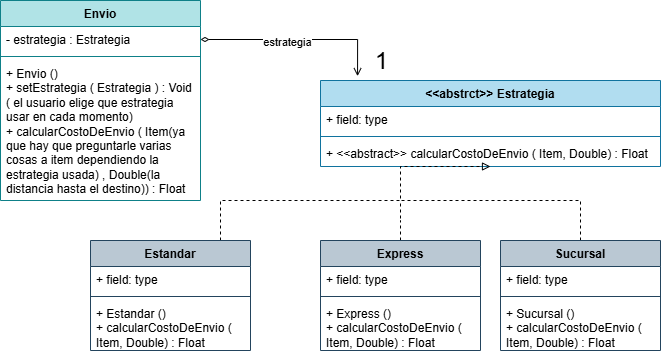
The draw.io diagram src/Envio/UML.png in saenzlucas/UNQShop, before a commit. Source tidied: cells renumbered, new cells last; positions are measured from the earlier drawing's top-left corner, leaving out a move shared by most shapes.
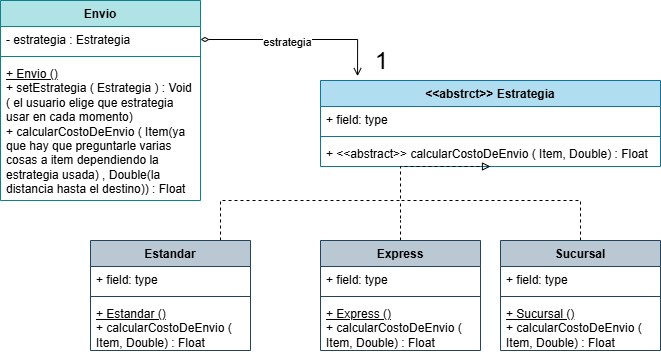
Later version of the same file.

Commit message:
se subraya mensaje de creacion de instancia ya que pasa a ser un mensaje de clase y se encarga tanto de crear la instancia como de iniciarla

Diff of the diagram source:
```diff
@@ -11,7 +11,7 @@
     <mxCell id="4" style="line;strokeWidth=1;fillColor=none;align=left;verticalAlign=middle;spacingTop=-1;spacingLeft=3;spacingRight=3;labelPosition=right;strokeColor=inherit;" parent="2" vertex="1">
       <mxGeometry y="52" width="200" height="8" as="geometry" />
     </mxCell>
-    <mxCell id="5" value="&lt;div&gt;+ Envio ()&lt;/div&gt;+ setEstrategia ( Estrategia ) : Void ( el usuario elige que estrategia usar en cada momento)&lt;div&gt;+ calcularCostoDeEnvio ( Item(ya que hay que preguntarle varias cosas a item dependiendo la estrategia usada) , Double(la distancia hasta el destino)) : Float&lt;/div&gt;" style="text;strokeColor=none;fillColor=none;align=left;verticalAlign=top;spacingLeft=4;spacingRight=4;overflow=hidden;whiteSpace=wrap;html=1;" parent="2" vertex="1">
+    <mxCell id="5" value="&lt;div&gt;&lt;u&gt;+ Envio ()&lt;/u&gt;&lt;/div&gt;+ setEstrategia ( Estrategia ) : Void ( el usuario elige que estrategia usar en cada momento)&lt;div&gt;+ calcularCostoDeEnvio ( Item(ya que hay que preguntarle varias cosas a item dependiendo la estrategia usada) , Double(la distancia hasta el destino)) : Float&lt;/div&gt;" style="text;strokeColor=none;fillColor=none;align=left;verticalAlign=top;spacingLeft=4;spacingRight=4;overflow=hidden;whiteSpace=wrap;html=1;" parent="2" vertex="1">
       <mxGeometry y="60" width="200" height="140" as="geometry" />
     </mxCell>
     <mxCell id="6" value="&lt;div&gt;&amp;lt;&amp;lt;abstrct&amp;gt;&amp;gt; Estrategia&lt;/div&gt;" style="swimlane;fontStyle=1;align=center;verticalAlign=top;horizontal=1;startSize=26;whiteSpace=wrap;html=1;fillColor=#b1ddf0;strokeColor=#10739e;" parent="1" vertex="1">
@@ -37,51 +37,51 @@
     <mxCell id="11" value="Estandar" style="swimlane;fontStyle=1;align=center;verticalAlign=top;horizontal=1;startSize=26;whiteSpace=wrap;html=1;fillColor=#bac8d3;strokeColor=#23445d;" parent="1" vertex="1">
       <mxGeometry x="90" y="240" width="160" height="110" as="geometry" />
     </mxCell>
-    <mxCell id="12" value="+ field: type" style="text;strokeColor=none;fillColor=none;align=left;verticalAlign=top;spacingLeft=4;spacingRight=4;overflow=hidden;whiteSpace=wrap;html=1;" parent="11" vertex="1">
-      <mxGeometry y="26" width="160" height="26" as="geometry" />
-    </mxCell>
-    <mxCell id="13" style="line;strokeWidth=1;fillColor=none;align=left;verticalAlign=middle;spacingTop=-1;spacingLeft=3;spacingRight=3;labelPosition=right;strokeColor=inherit;" parent="11" vertex="1">
-      <mxGeometry y="52" width="160" height="8" as="geometry" />
-    </mxCell>
+    <mxCell id="28" value="+ field: type" style="text;strokeColor=none;fillColor=none;align=left;verticalAlign=top;spacingLeft=4;spacingRight=4;overflow=hidden;whiteSpace=wrap;html=1;" parent="11" vertex="1">
+      <mxGeometry y="26" width="160" height="26" as="geometry" />
+    </mxCell>
+    <mxCell id="29" style="line;strokeWidth=1;fillColor=none;align=left;verticalAlign=middle;spacingTop=-1;spacingLeft=3;spacingRight=3;labelPosition=right;strokeColor=inherit;" parent="11" vertex="1">
+      <mxGeometry y="52" width="160" height="8" as="geometry" />
+    </mxCell>
-    <mxCell id="14" value="+ Estandar ()&lt;div&gt;+ calcularCostoDeEnvio ( Item, Double) : Float&lt;/div&gt;" style="text;strokeColor=none;fillColor=none;align=left;verticalAlign=top;spacingLeft=4;spacingRight=4;overflow=hidden;whiteSpace=wrap;html=1;" parent="11" vertex="1">
+    <mxCell id="14" value="&lt;u&gt;+ Estandar ()&lt;/u&gt;&lt;div&gt;+ calcularCostoDeEnvio ( Item, Double) : Float&lt;/div&gt;" style="text;strokeColor=none;fillColor=none;align=left;verticalAlign=top;spacingLeft=4;spacingRight=4;overflow=hidden;whiteSpace=wrap;html=1;" parent="11" vertex="1">
       <mxGeometry y="60" width="160" height="50" as="geometry" />
     </mxCell>
-    <mxCell id="15" style="edgeStyle=orthogonalEdgeStyle;rounded=0;jettySize=auto;html=1;endArrow=none;endFill=0;dashed=1;" parent="1" edge="1" source="16">
-      <mxGeometry relative="1" as="geometry">
-        <mxPoint x="400" y="200" as="targetPoint" />
-      </mxGeometry>
-    </mxCell>
+    <mxCell id="30" style="edgeStyle=orthogonalEdgeStyle;rounded=0;jettySize=auto;html=1;endArrow=none;endFill=0;dashed=1;" parent="1" edge="1" source="16">
+      <mxGeometry relative="1" as="geometry">
+        <mxPoint x="400" y="200" as="targetPoint" />
+      </mxGeometry>
+    </mxCell>
     <mxCell id="16" value="Express" style="swimlane;fontStyle=1;align=center;verticalAlign=top;horizontal=1;startSize=26;whiteSpace=wrap;html=1;fillColor=#bac8d3;strokeColor=#23445d;" parent="1" vertex="1">
       <mxGeometry x="320" y="240" width="160" height="110" as="geometry" />
     </mxCell>
-    <mxCell id="17" value="+ field: type" style="text;strokeColor=none;fillColor=none;align=left;verticalAlign=top;spacingLeft=4;spacingRight=4;overflow=hidden;whiteSpace=wrap;html=1;" parent="16" vertex="1">
-      <mxGeometry y="26" width="160" height="26" as="geometry" />
-    </mxCell>
-    <mxCell id="18" style="line;strokeWidth=1;fillColor=none;align=left;verticalAlign=middle;spacingTop=-1;spacingLeft=3;spacingRight=3;labelPosition=right;strokeColor=inherit;" parent="16" vertex="1">
-      <mxGeometry y="52" width="160" height="8" as="geometry" />
-    </mxCell>
+    <mxCell id="31" value="+ field: type" style="text;strokeColor=none;fillColor=none;align=left;verticalAlign=top;spacingLeft=4;spacingRight=4;overflow=hidden;whiteSpace=wrap;html=1;" parent="16" vertex="1">
+      <mxGeometry y="26" width="160" height="26" as="geometry" />
+    </mxCell>
+    <mxCell id="32" style="line;strokeWidth=1;fillColor=none;align=left;verticalAlign=middle;spacingTop=-1;spacingLeft=3;spacingRight=3;labelPosition=right;strokeColor=inherit;" parent="16" vertex="1">
+      <mxGeometry y="52" width="160" height="8" as="geometry" />
+    </mxCell>
-    <mxCell id="19" value="+ Express ()&lt;div&gt;+ calcularCostoDeEnvio ( Item, Double) : Float&lt;/div&gt;" style="text;strokeColor=none;fillColor=none;align=left;verticalAlign=top;spacingLeft=4;spacingRight=4;overflow=hidden;whiteSpace=wrap;html=1;" parent="16" vertex="1">
+    <mxCell id="19" value="&lt;u&gt;+ Express ()&lt;/u&gt;&lt;div&gt;+ calcularCostoDeEnvio ( Item, Double) : Float&lt;/div&gt;" style="text;strokeColor=none;fillColor=none;align=left;verticalAlign=top;spacingLeft=4;spacingRight=4;overflow=hidden;whiteSpace=wrap;html=1;" parent="16" vertex="1">
       <mxGeometry y="60" width="160" height="50" as="geometry" />
     </mxCell>
-    <mxCell id="20" style="edgeStyle=orthogonalEdgeStyle;rounded=0;jettySize=auto;html=1;endArrow=none;endFill=0;dashed=1;" parent="1" edge="1" source="21">
-      <mxGeometry relative="1" as="geometry">
-        <mxPoint x="400" y="200" as="targetPoint" />
-        <Array as="points">
-          <mxPoint x="580" y="200" />
-          <mxPoint x="400" y="200" />
-        </Array>
-      </mxGeometry>
-    </mxCell>
+    <mxCell id="33" style="edgeStyle=orthogonalEdgeStyle;rounded=0;jettySize=auto;html=1;endArrow=none;endFill=0;dashed=1;" parent="1" edge="1" source="21">
+      <mxGeometry relative="1" as="geometry">
+        <mxPoint x="400" y="200" as="targetPoint" />
+        <Array as="points">
+          <mxPoint x="580" y="200" />
+          <mxPoint x="400" y="200" />
+        </Array>
+      </mxGeometry>
+    </mxCell>
     <mxCell id="21" value="Sucursal&lt;div&gt;&lt;br&gt;&lt;/div&gt;" style="swimlane;fontStyle=1;align=center;verticalAlign=top;horizontal=1;startSize=26;whiteSpace=wrap;html=1;fillColor=#bac8d3;strokeColor=#23445d;" parent="1" vertex="1">
       <mxGeometry x="500" y="240" width="160" height="110" as="geometry" />
     </mxCell>
-    <mxCell id="22" value="+ field: type" style="text;strokeColor=none;fillColor=none;align=left;verticalAlign=top;spacingLeft=4;spacingRight=4;overflow=hidden;whiteSpace=wrap;html=1;" parent="21" vertex="1">
-      <mxGeometry y="26" width="160" height="26" as="geometry" />
-    </mxCell>
-    <mxCell id="23" style="line;strokeWidth=1;fillColor=none;align=left;verticalAlign=middle;spacingTop=-1;spacingLeft=3;spacingRight=3;labelPosition=right;strokeColor=inherit;" parent="21" vertex="1">
-      <mxGeometry y="52" width="160" height="8" as="geometry" />
-    </mxCell>
+    <mxCell id="34" value="+ field: type" style="text;strokeColor=none;fillColor=none;align=left;verticalAlign=top;spacingLeft=4;spacingRight=4;overflow=hidden;whiteSpace=wrap;html=1;" parent="21" vertex="1">
+      <mxGeometry y="26" width="160" height="26" as="geometry" />
+    </mxCell>
+    <mxCell id="35" style="line;strokeWidth=1;fillColor=none;align=left;verticalAlign=middle;spacingTop=-1;spacingLeft=3;spacingRight=3;labelPosition=right;strokeColor=inherit;" parent="21" vertex="1">
+      <mxGeometry y="52" width="160" height="8" as="geometry" />
+    </mxCell>
-    <mxCell id="24" value="+ Sucursal ()&lt;div&gt;+&amp;nbsp;&lt;span style=&quot;background-color: transparent; color: light-dark(rgb(0, 0, 0), rgb(255, 255, 255));&quot;&gt;calcularCostoDeEnvio ( Item, Double) : Float&lt;/span&gt;&lt;/div&gt;" style="text;strokeColor=none;fillColor=none;align=left;verticalAlign=top;spacingLeft=4;spacingRight=4;overflow=hidden;whiteSpace=wrap;html=1;" parent="21" vertex="1">
+    <mxCell id="24" value="&lt;u&gt;+ Sucursal ()&lt;/u&gt;&lt;div&gt;+&amp;nbsp;&lt;span style=&quot;background-color: transparent; color: light-dark(rgb(0, 0, 0), rgb(255, 255, 255));&quot;&gt;calcularCostoDeEnvio ( Item, Double) : Float&lt;/span&gt;&lt;/div&gt;" style="text;strokeColor=none;fillColor=none;align=left;verticalAlign=top;spacingLeft=4;spacingRight=4;overflow=hidden;whiteSpace=wrap;html=1;" parent="21" vertex="1">
       <mxGeometry y="60" width="160" height="50" as="geometry" />
     </mxCell>
     <mxCell id="25" style="edgeStyle=orthogonalEdgeStyle;rounded=0;jettySize=auto;html=1;entryX=0.109;entryY=-0.05;entryDx=0;entryDy=0;entryPerimeter=0;startArrow=diamondThin;startFill=0;endArrow=open;endFill=0;exitX=1;exitY=0.5;exitDx=0;exitDy=0;" parent="1" edge="1" source="3" target="6">
```
